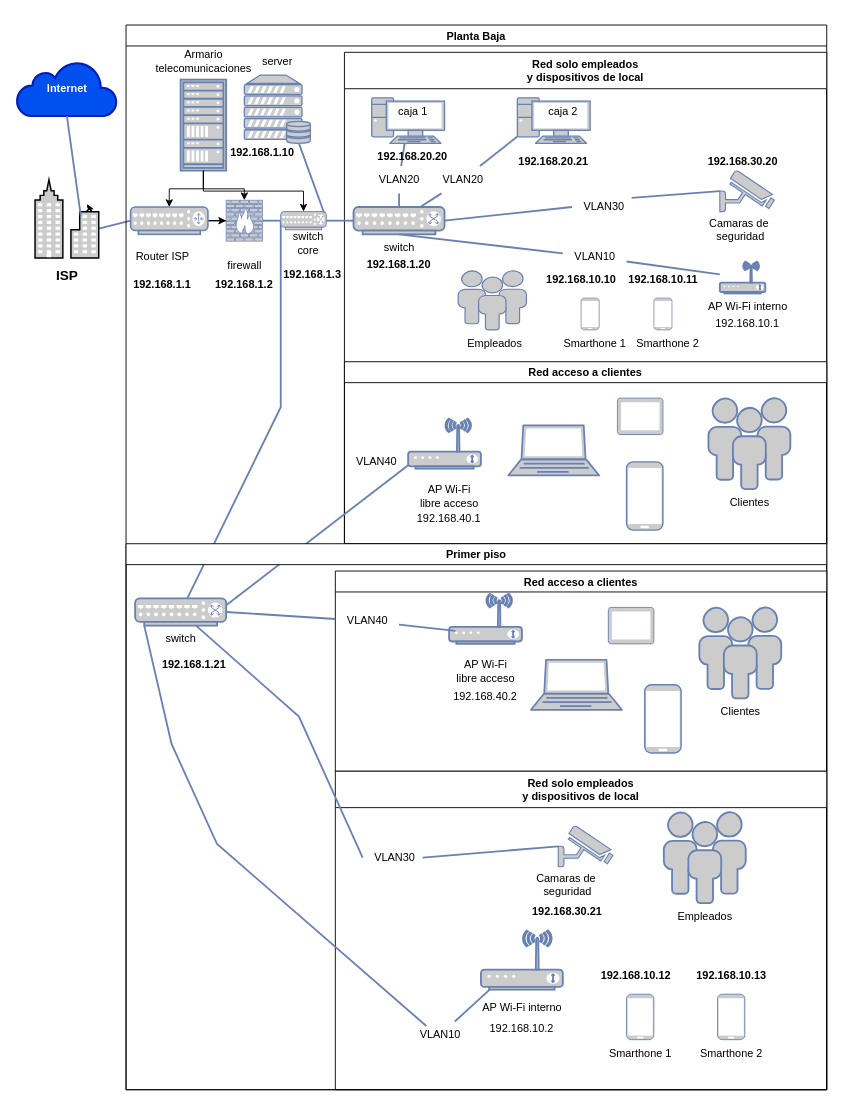
The draw.io diagram diagramaActividad/Diagrama-red5-Melgarejo.drawio in monick96/diagramasVarios, before the edit. Source tidied: cells renumbered, new cells numbered last; positions are measured from the earlier drawing's top-left corner, leaving out a move shared by most shapes. Both pictures are drawn from the tidied source at 91%, with x=0, y=0 at pixel (16, 25).
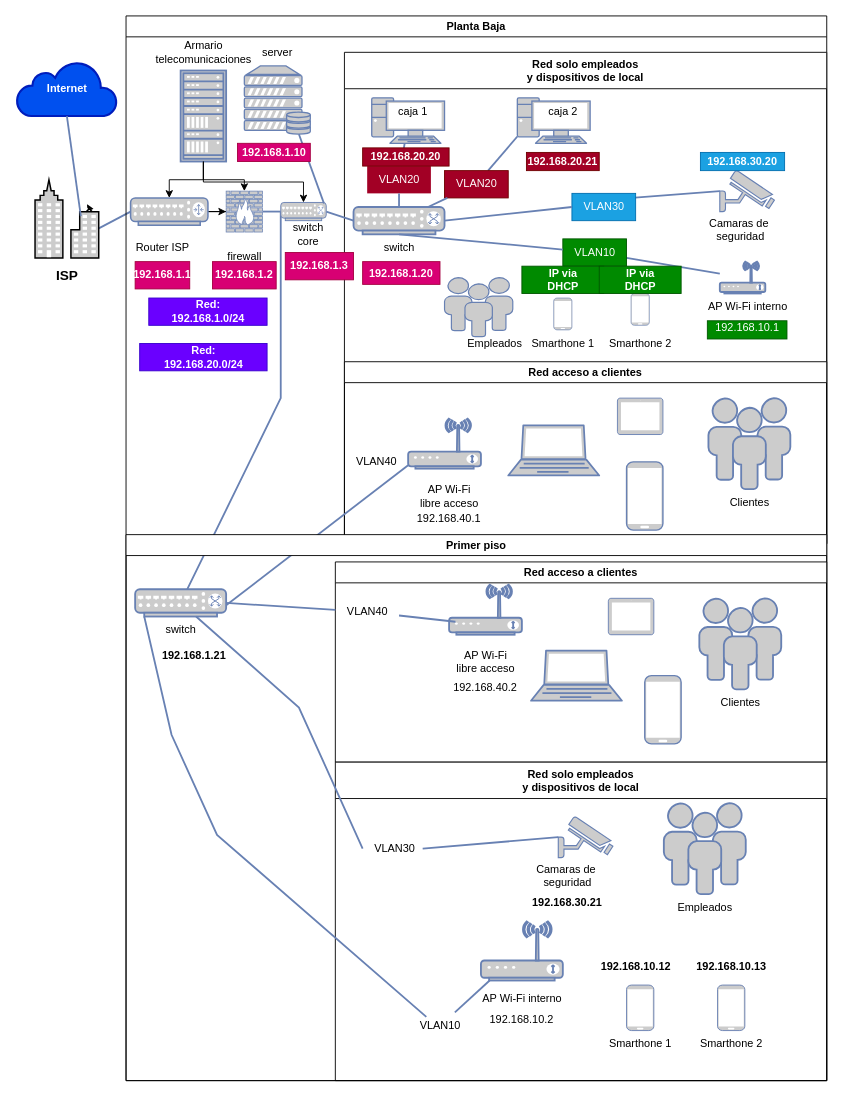
Above is the later version.

Diff of the diagram source:
```diff
@@
     <mxCell id="6" value="Planta Baja" style="swimlane;" parent="1" vertex="1">
-      <mxGeometry x="120" width="770" height="1170" as="geometry" />
+      <mxGeometry x="120" y="-10" width="770" height="1170" as="geometry" />
     </mxCell>
@@
     <mxCell id="15" value="Red solo empleados &#10;y dispositivos de local" style="swimlane;startSize=40;" parent="6" vertex="1">
-      <mxGeometry x="240" y="30" width="530" height="540" as="geometry" />
+      <mxGeometry x="240" y="40" width="530" height="540" as="geometry" />
     </mxCell>
     <mxCell id="16" style="fontColor=#0066CC;verticalAlign=top;verticalLabelPosition=bottom;labelPosition=center;align=center;html=1;fillColor=#CCCCCC;strokeColor=#6881B3;gradientColor=none;gradientDirection=north;strokeWidth=2;shape=mxgraph.networks.mobile;" parent="15" vertex="1">
-      <mxGeometry x="260" y="270" width="20" height="35" as="geometry" />
+      <mxGeometry x="230" y="270" width="20" height="35" as="geometry" />
     </mxCell>
     <mxCell id="17" style="fontColor=#0066CC;verticalAlign=top;verticalLabelPosition=bottom;labelPosition=center;align=center;html=1;fillColor=#CCCCCC;strokeColor=#6881B3;gradientColor=none;gradientDirection=north;strokeWidth=2;shape=mxgraph.networks.mobile;" parent="15" vertex="1">
-      <mxGeometry x="340" y="270" width="20" height="35" as="geometry" />
+      <mxGeometry x="315" y="265" width="20" height="35" as="geometry" />
     </mxCell>
@@
     <mxCell id="32" value="Smarthone 1" style="text;html=1;align=center;verticalAlign=middle;strokeColor=none;fillColor=none;" parent="15" vertex="1">
-      <mxGeometry x="230" y="305" width="90" height="30" as="geometry" />
+      <mxGeometry x="195" y="305" width="90" height="30" as="geometry" />
     </mxCell>
     <mxCell id="33" value="Smarthone 2" style="text;html=1;align=center;verticalAlign=middle;strokeColor=none;fillColor=none;" parent="15" vertex="1">
-      <mxGeometry x="310" y="305" width="90" height="30" as="geometry" />
+      <mxGeometry x="280" y="305" width="90" height="30" as="geometry" />
     </mxCell>
@@
-    <mxCell id="45" value="VLAN20" style="text;html=1;align=center;verticalAlign=middle;points=[];strokeColor=none;fillColor=none;" parent="15" vertex="1">
+    <mxCell id="45" value="VLAN20" style="text;html=1;align=center;verticalAlign=middle;points=[];strokeColor=none;fillColor=light-dark(#A20025,#B266FF);fontColor=#ffffff;gradientColor=none;" parent="15" vertex="1">
       <mxGeometry x="25" y="125" width="70" height="30" as="geometry" />
     </mxCell>
@@
-    <mxCell id="47" value="VLAN20" style="text;html=1;align=center;verticalAlign=middle;points=[];strokeColor=none;fillColor=none;" parent="15" vertex="1">
-      <mxGeometry x="95" y="125" width="70" height="30" as="geometry" />
+    <mxCell id="47" value="VLAN20" style="text;html=1;align=center;verticalAlign=middle;points=[];strokeColor=#6F0000;fillColor=light-dark(#A20025,#B266FF);fontColor=#ffffff;" parent="15" vertex="1">
+      <mxGeometry x="110" y="130" width="70" height="30" as="geometry" />
     </mxCell>
@@
-    <mxCell id="49" value="VLAN30" style="text;html=1;align=center;verticalAlign=middle;points=[];strokeColor=none;fillColor=none;" parent="15" vertex="1">
+    <mxCell id="49" value="VLAN30" style="text;html=1;align=center;verticalAlign=middle;points=[];strokeColor=#006EAF;fillColor=#1ba1e2;fontColor=#ffffff;" parent="15" vertex="1">
       <mxGeometry x="250" y="155" width="70" height="30" as="geometry" />
     </mxCell>
@@
-    <mxCell id="51" value="VLAN10" style="text;html=1;align=center;verticalAlign=middle;points=[];strokeColor=none;fillColor=none;" parent="15" vertex="1">
-      <mxGeometry x="240" y="210" width="70" height="30" as="geometry" />
+    <mxCell id="51" value="VLAN10" style="text;html=1;align=center;verticalAlign=middle;points=[];strokeColor=#005700;fillColor=#008a00;fontColor=#ffffff;" parent="15" vertex="1">
+      <mxGeometry x="240" y="205" width="70" height="30" as="geometry" />
     </mxCell>
@@
     <mxCell id="54" style="fontColor=#0066CC;verticalAlign=top;verticalLabelPosition=bottom;labelPosition=center;align=center;html=1;fillColor=#CCCCCC;strokeColor=#6881B3;gradientColor=none;gradientDirection=north;strokeWidth=2;shape=mxgraph.networks.users;" parent="15" vertex="1">
-      <mxGeometry x="125" y="240" width="75" height="65" as="geometry" />
+      <mxGeometry x="110" y="247.5" width="75" height="65" as="geometry" />
     </mxCell>
-    <mxCell id="55" value="&lt;b&gt;192.168.20.20&lt;/b&gt;" style="text;html=1;align=center;verticalAlign=middle;whiteSpace=wrap;rounded=0;" parent="15" vertex="1">
-      <mxGeometry x="55" y="105" width="40" height="20" as="geometry" />
+    <mxCell id="55" value="&lt;b&gt;192.168.20.20&lt;/b&gt;" style="text;html=1;align=center;verticalAlign=middle;whiteSpace=wrap;rounded=0;fillColor=light-dark(#A20025,#B266FF);fontColor=#ffffff;strokeColor=#6F0000;gradientColor=none;" parent="15" vertex="1">
+      <mxGeometry x="20" y="105" width="95" height="20" as="geometry" />
     </mxCell>
-    <mxCell id="56" value="&lt;b&gt;192.168.20.21&lt;/b&gt;" style="text;html=1;align=center;verticalAlign=middle;whiteSpace=wrap;rounded=0;" parent="15" vertex="1">
-      <mxGeometry x="210" y="110" width="40" height="20" as="geometry" />
+    <mxCell id="56" value="&lt;b&gt;192.168.20.21&lt;/b&gt;" style="text;html=1;align=center;verticalAlign=middle;whiteSpace=wrap;rounded=0;fillColor=light-dark(#A20025,#B266FF);fontColor=#ffffff;strokeColor=#6F0000;" parent="15" vertex="1">
+      <mxGeometry x="200" y="110" width="80" height="20" as="geometry" />
     </mxCell>
-    <mxCell id="57" value="&lt;b&gt;192.168.1.20&lt;/b&gt;" style="text;html=1;align=center;verticalAlign=middle;whiteSpace=wrap;rounded=0;" parent="15" vertex="1">
-      <mxGeometry x="35" y="220" width="50" height="25" as="geometry" />
+    <mxCell id="57" value="&lt;b&gt;192.168.1.20&lt;/b&gt;" style="text;html=1;align=center;verticalAlign=middle;whiteSpace=wrap;rounded=0;fillColor=#d80073;fontColor=#ffffff;strokeColor=#A50040;" parent="15" vertex="1">
+      <mxGeometry x="20" y="230" width="85" height="25" as="geometry" />
     </mxCell>
-    <mxCell id="58" value="&lt;b&gt;192.168.30.20&lt;/b&gt;" style="text;html=1;align=center;verticalAlign=middle;whiteSpace=wrap;rounded=0;" parent="15" vertex="1">
-      <mxGeometry x="417.5" y="110" width="40" height="20" as="geometry" />
+    <mxCell id="58" value="&lt;b&gt;192.168.30.20&lt;/b&gt;" style="text;html=1;align=center;verticalAlign=middle;whiteSpace=wrap;rounded=0;fillColor=#1ba1e2;fontColor=#ffffff;strokeColor=#006EAF;" parent="15" vertex="1">
+      <mxGeometry x="391.2" y="110" width="92.5" height="20" as="geometry" />
     </mxCell>
-    <mxCell id="59" value="&lt;table&gt;&lt;tbody&gt;&lt;tr&gt;&lt;td&gt;192.168.10.1&lt;/td&gt;&lt;/tr&gt;&lt;tr&gt;&lt;td&gt;&lt;/td&gt;&lt;/tr&gt;&lt;/tbody&gt;&lt;/table&gt;" style="text;html=1;align=center;verticalAlign=middle;whiteSpace=wrap;rounded=0;" parent="15" vertex="1">
-      <mxGeometry x="422.5" y="290" width="40" height="20" as="geometry" />
+    <mxCell id="59" value="&lt;table&gt;&lt;tbody&gt;&lt;tr&gt;&lt;td&gt;192.168.10.1&lt;/td&gt;&lt;/tr&gt;&lt;tr&gt;&lt;td&gt;&lt;/td&gt;&lt;/tr&gt;&lt;/tbody&gt;&lt;/table&gt;" style="text;html=1;align=center;verticalAlign=middle;whiteSpace=wrap;rounded=0;fillColor=#008a00;fontColor=#ffffff;strokeColor=#005700;" parent="15" vertex="1">
+      <mxGeometry x="398.8" y="295" width="87.5" height="20" as="geometry" />
     </mxCell>
-    <mxCell id="60" value="&lt;b style=&quot;--tw-scale-x: 1; --tw-scale-y: 1; --tw-pan-x: ; --tw-pan-y: ; --tw-pinch-zoom: ; --tw-scroll-snap-strictness: proximity; --tw-ordinal: ; --tw-slashed-zero: ; --tw-numeric-figure: ; --tw-numeric-spacing: ; --tw-numeric-fraction: ; --tw-ring-inset: ; --tw-ring-offset-width: 0px; --tw-ring-offset-color: #fff; --tw-ring-color: rgb(59 130 246 / .5); --tw-ring-offset-shadow: 0 0 #0000; --tw-ring-shadow: 0 0 #0000; --tw-shadow: 0 0 #0000; --tw-shadow-colored: 0 0 #0000; --tw-blur: ; --tw-brightness: ; --tw-contrast: ; --tw-grayscale: ; --tw-hue-rotate: ; --tw-invert: ; --tw-saturate: ; --tw-sepia: ; --tw-drop-shadow: ; --tw-backdrop-blur: ; --tw-backdrop-brightness: ; --tw-backdrop-contrast: ; --tw-backdrop-grayscale: ; --tw-backdrop-hue-rotate: ; --tw-backdrop-invert: ; --tw-backdrop-opacity: ; --tw-backdrop-saturate: ; --tw-backdrop-sepia: ; text-wrap-mode: wrap;&quot;&gt;192.168.10.10&lt;/b&gt;&lt;br&gt;&lt;table&gt;&lt;/table&gt;" style="text;html=1;align=center;verticalAlign=middle;strokeColor=none;fillColor=none;" parent="15" vertex="1">
-      <mxGeometry x="210" y="235" width="100" height="30" as="geometry" />
+    <mxCell id="60" value="&lt;b style=&quot;--tw-scale-x: 1; --tw-scale-y: 1; --tw-pan-x: ; --tw-pan-y: ; --tw-pinch-zoom: ; --tw-scroll-snap-strictness: proximity; --tw-ordinal: ; --tw-slashed-zero: ; --tw-numeric-figure: ; --tw-numeric-spacing: ; --tw-numeric-fraction: ; --tw-ring-inset: ; --tw-ring-offset-width: 0px; --tw-ring-offset-color: light-dark(#fff, #000000); --tw-ring-color: rgb(59 130 246 / .5); --tw-ring-offset-shadow: 0 0 #0000; --tw-ring-shadow: 0 0 #0000; --tw-shadow: 0 0 #0000; --tw-shadow-colored: 0 0 #0000; --tw-blur: ; --tw-brightness: ; --tw-contrast: ; --tw-grayscale: ; --tw-hue-rotate: ; --tw-invert: ; --tw-saturate: ; --tw-sepia: ; --tw-drop-shadow: ; --tw-backdrop-blur: ; --tw-backdrop-brightness: ; --tw-backdrop-contrast: ; --tw-backdrop-grayscale: ; --tw-backdrop-hue-rotate: ; --tw-backdrop-invert: ; --tw-backdrop-opacity: ; --tw-backdrop-saturate: ; --tw-backdrop-sepia: ; text-wrap-mode: wrap;&quot;&gt;IP via DHCP&lt;/b&gt;&lt;br&gt;&lt;table&gt;&lt;/table&gt;" style="text;html=1;align=center;verticalAlign=middle;strokeColor=#005700;fillColor=#008a00;fontColor=#ffffff;" parent="15" vertex="1">
+      <mxGeometry x="195" y="235" width="90" height="30" as="geometry" />
     </mxCell>
-    <mxCell id="61" value="&lt;b style=&quot;--tw-scale-x: 1; --tw-scale-y: 1; --tw-pan-x: ; --tw-pan-y: ; --tw-pinch-zoom: ; --tw-scroll-snap-strictness: proximity; --tw-ordinal: ; --tw-slashed-zero: ; --tw-numeric-figure: ; --tw-numeric-spacing: ; --tw-numeric-fraction: ; --tw-ring-inset: ; --tw-ring-offset-width: 0px; --tw-ring-offset-color: light-dark(#fff, #000000); --tw-ring-color: rgb(59 130 246 / .5); --tw-ring-offset-shadow: 0 0 #0000; --tw-ring-shadow: 0 0 #0000; --tw-shadow: 0 0 #0000; --tw-shadow-colored: 0 0 #0000; --tw-blur: ; --tw-brightness: ; --tw-contrast: ; --tw-grayscale: ; --tw-hue-rotate: ; --tw-invert: ; --tw-saturate: ; --tw-sepia: ; --tw-drop-shadow: ; --tw-backdrop-blur: ; --tw-backdrop-brightness: ; --tw-backdrop-contrast: ; --tw-backdrop-grayscale: ; --tw-backdrop-hue-rotate: ; --tw-backdrop-invert: ; --tw-backdrop-opacity: ; --tw-backdrop-saturate: ; --tw-backdrop-sepia: ; text-wrap-mode: wrap;&quot;&gt;192.168.10.11&lt;/b&gt;&lt;br&gt;&lt;table&gt;&lt;/table&gt;" style="text;html=1;align=center;verticalAlign=middle;strokeColor=none;fillColor=none;" parent="15" vertex="1">
-      <mxGeometry x="300" y="235" width="100" height="30" as="geometry" />
+    <mxCell id="61" value="&lt;b style=&quot;--tw-scale-x: 1; --tw-scale-y: 1; --tw-pan-x: ; --tw-pan-y: ; --tw-pinch-zoom: ; --tw-scroll-snap-strictness: proximity; --tw-ordinal: ; --tw-slashed-zero: ; --tw-numeric-figure: ; --tw-numeric-spacing: ; --tw-numeric-fraction: ; --tw-ring-inset: ; --tw-ring-offset-width: 0px; --tw-ring-offset-color: light-dark(#fff, #000000); --tw-ring-color: rgb(59 130 246 / .5); --tw-ring-offset-shadow: 0 0 #0000; --tw-ring-shadow: 0 0 #0000; --tw-shadow: 0 0 #0000; --tw-shadow-colored: 0 0 #0000; --tw-blur: ; --tw-brightness: ; --tw-contrast: ; --tw-grayscale: ; --tw-hue-rotate: ; --tw-invert: ; --tw-saturate: ; --tw-sepia: ; --tw-drop-shadow: ; --tw-backdrop-blur: ; --tw-backdrop-brightness: ; --tw-backdrop-contrast: ; --tw-backdrop-grayscale: ; --tw-backdrop-hue-rotate: ; --tw-backdrop-invert: ; --tw-backdrop-opacity: ; --tw-backdrop-saturate: ; --tw-backdrop-sepia: ; text-wrap-mode: wrap;&quot;&gt;IP via DHCP&lt;/b&gt;&lt;br&gt;&lt;table&gt;&lt;/table&gt;" style="text;html=1;align=center;verticalAlign=middle;strokeColor=#005700;fillColor=#008a00;fontColor=#ffffff;" parent="15" vertex="1">
+      <mxGeometry x="280" y="235" width="90" height="30" as="geometry" />
     </mxCell>
@@
-    <mxCell id="109" value="&lt;b&gt;192.168.1.1&lt;/b&gt;" style="text;html=1;align=center;verticalAlign=middle;whiteSpace=wrap;rounded=0;" parent="6" vertex="1">
+    <mxCell id="109" value="&lt;b&gt;192.168.1.1&lt;/b&gt;" style="text;html=1;align=center;verticalAlign=middle;whiteSpace=wrap;rounded=0;fillColor=#d80073;fontColor=#ffffff;strokeColor=#A50040;" parent="6" vertex="1">
       <mxGeometry x="10" y="270" width="60" height="30" as="geometry" />
     </mxCell>
-    <mxCell id="110" value="&lt;b&gt;192.168.1.2&lt;/b&gt;" style="text;html=1;align=center;verticalAlign=middle;whiteSpace=wrap;rounded=0;" parent="6" vertex="1">
-      <mxGeometry x="100" y="270" width="60" height="30" as="geometry" />
+    <mxCell id="110" value="&lt;b&gt;192.168.1.2&lt;/b&gt;" style="text;html=1;align=center;verticalAlign=middle;whiteSpace=wrap;rounded=0;fillColor=#d80073;fontColor=#ffffff;strokeColor=#A50040;" parent="6" vertex="1">
+      <mxGeometry x="95" y="270" width="70" height="30" as="geometry" />
     </mxCell>
-    <mxCell id="111" value="&lt;b&gt;192.168.1.3&lt;/b&gt;" style="text;html=1;align=center;verticalAlign=middle;whiteSpace=wrap;rounded=0;" parent="6" vertex="1">
-      <mxGeometry x="175" y="260" width="60" height="30" as="geometry" />
+    <mxCell id="111" value="&lt;b&gt;192.168.1.3&lt;/b&gt;" style="text;html=1;align=center;verticalAlign=middle;whiteSpace=wrap;rounded=0;fillColor=#d80073;fontColor=#ffffff;strokeColor=#A50040;" parent="6" vertex="1">
+      <mxGeometry x="175" y="260" width="75" height="30" as="geometry" />
     </mxCell>
-    <mxCell id="112" value="&lt;b&gt;192.168.1.10&lt;/b&gt;" style="text;html=1;align=center;verticalAlign=middle;whiteSpace=wrap;rounded=0;" parent="6" vertex="1">
-      <mxGeometry x="130" y="130" width="40" height="20" as="geometry" />
+    <mxCell id="112" value="&lt;b&gt;192.168.1.10&lt;/b&gt;" style="text;html=1;align=center;verticalAlign=middle;whiteSpace=wrap;rounded=0;fillColor=#d80073;fontColor=#ffffff;strokeColor=#A50040;" parent="6" vertex="1">
+      <mxGeometry x="122.5" y="140" width="80" height="20" as="geometry" />
     </mxCell>
+    <mxCell id="114" value="&lt;b style=&quot;--tw-scale-x: 1; --tw-scale-y: 1; --tw-pan-x: ; --tw-pan-y: ; --tw-pinch-zoom: ; --tw-scroll-snap-strictness: proximity; --tw-ordinal: ; --tw-slashed-zero: ; --tw-numeric-figure: ; --tw-numeric-spacing: ; --tw-numeric-fraction: ; --tw-ring-inset: ; --tw-ring-offset-width: 0px; --tw-ring-offset-color: light-dark(#fff, #000000); --tw-ring-color: rgb(59 130 246 / .5); --tw-ring-offset-shadow: 0 0 #0000; --tw-ring-shadow: 0 0 #0000; --tw-shadow: 0 0 #0000; --tw-shadow-colored: 0 0 #0000; --tw-blur: ; --tw-brightness: ; --tw-contrast: ; --tw-grayscale: ; --tw-hue-rotate: ; --tw-invert: ; --tw-saturate: ; --tw-sepia: ; --tw-drop-shadow: ; --tw-backdrop-blur: ; --tw-backdrop-brightness: ; --tw-backdrop-contrast: ; --tw-backdrop-grayscale: ; --tw-backdrop-hue-rotate: ; --tw-backdrop-invert: ; --tw-backdrop-opacity: ; --tw-backdrop-saturate: ; --tw-backdrop-sepia: ; text-wrap-mode: wrap;&quot;&gt;Red: 192.168.1.0/24&lt;/b&gt;" style="text;html=1;align=center;verticalAlign=middle;strokeColor=#3700CC;fillColor=#6a00ff;fontColor=#ffffff;" parent="6" vertex="1">
+      <mxGeometry x="25" y="310" width="130" height="30" as="geometry" />
+    </mxCell>
+    <mxCell id="115" value="&lt;b style=&quot;--tw-scale-x: 1; --tw-scale-y: 1; --tw-pan-x: ; --tw-pan-y: ; --tw-pinch-zoom: ; --tw-scroll-snap-strictness: proximity; --tw-ordinal: ; --tw-slashed-zero: ; --tw-numeric-figure: ; --tw-numeric-spacing: ; --tw-numeric-fraction: ; --tw-ring-inset: ; --tw-ring-offset-width: 0px; --tw-ring-offset-color: light-dark(#fff, #000000); --tw-ring-color: rgb(59 130 246 / .5); --tw-ring-offset-shadow: 0 0 #0000; --tw-ring-shadow: 0 0 #0000; --tw-shadow: 0 0 #0000; --tw-shadow-colored: 0 0 #0000; --tw-blur: ; --tw-brightness: ; --tw-contrast: ; --tw-grayscale: ; --tw-hue-rotate: ; --tw-invert: ; --tw-saturate: ; --tw-sepia: ; --tw-drop-shadow: ; --tw-backdrop-blur: ; --tw-backdrop-brightness: ; --tw-backdrop-contrast: ; --tw-backdrop-grayscale: ; --tw-backdrop-hue-rotate: ; --tw-backdrop-invert: ; --tw-backdrop-opacity: ; --tw-backdrop-saturate: ; --tw-backdrop-sepia: ; text-wrap-mode: wrap;&quot;&gt;Red: 192.168.20.0/24&lt;/b&gt;" style="text;html=1;align=center;verticalAlign=middle;strokeColor=#3700CC;fillColor=light-dark(#6A00FF,#B266FF);fontColor=#ffffff;" parent="6" vertex="1">
+      <mxGeometry x="15" y="360" width="140" height="30" as="geometry" />
+    </mxCell>
```
